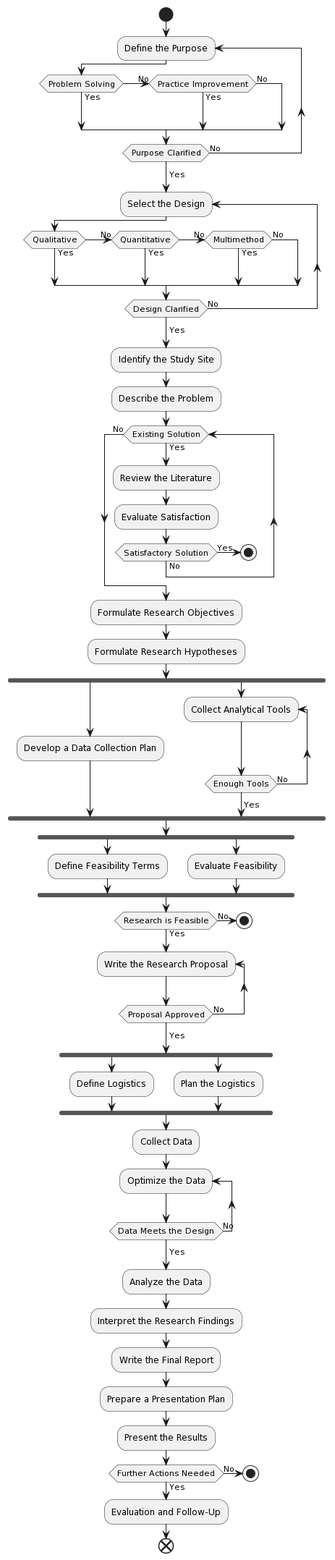
The PlantUML diagram diagrams/applied-research-conduction/applied-research-conduction.png in khasanshadiyarov/ABC, before a commit.
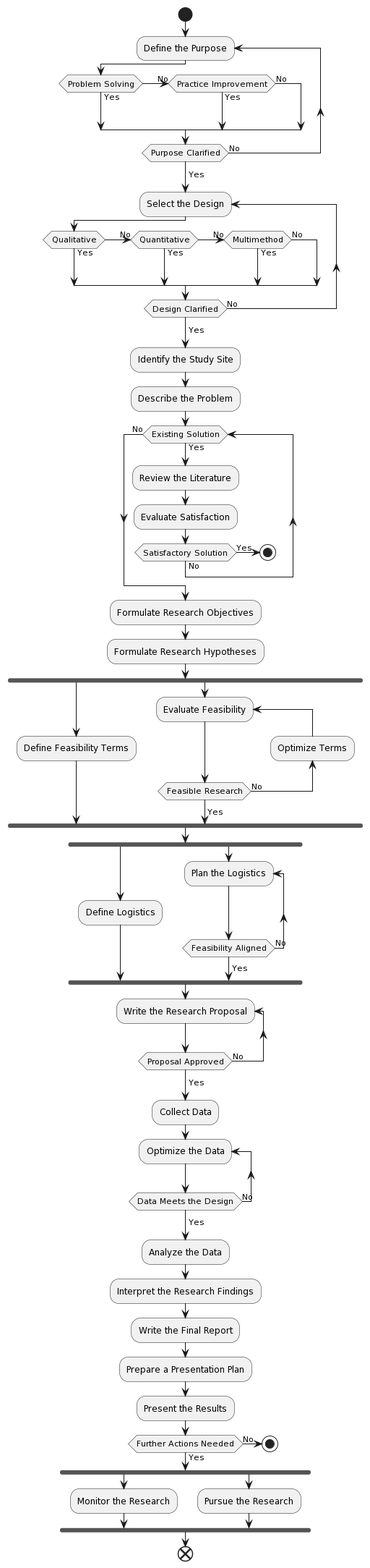
The same file after the commit.

Commit message:
Optimize existing diagrams

What changed in the source:
```diff
@@ -28,29 +28,23 @@
 :Formulate Research Objectives;
 :Formulate Research Hypotheses;
 fork
-    :Develop a Data Collection Plan;
+    :Define Feasibility Terms;
 fork again
-    repeat :Collect Analytical Tools;
-    repeat while (Enough Tools) is (No)
+    repeat :Evaluate Feasibility;
+    backward:Optimize Terms;
+    repeat while (Feasible Research) is (No)
     ->Yes;
 endfork
 fork
-    :Define Feasibility Terms;
+    :Define Logistics;
 fork again
-    :Evaluate Feasibility;
+    repeat :Plan the Logistics;
+    repeat while (Feasibility Aligned) is (No)
+    ->Yes;
 endfork
-if (Research is Feasible) then (Yes)
-else (No)
-    stop
-endif
 repeat :Write the Research Proposal;
 repeat while (Proposal Approved) is (No)
 ->Yes;
-fork
-    :Define Logistics;
-fork again
-    :Plan the Logistics;
-endfork
 :Collect Data;
 repeat :Optimize the Data;
 repeat while (Data Meets the Design) is (No)
@@ -61,7 +55,11 @@
 :Prepare a Presentation Plan;
 :Present the Results;
 if (Further Actions Needed) then (Yes)
-    :Evaluation and Follow-Up;
+    fork
+        :Monitor the Research;
+    fork again
+        :Pursue the Research;
+    endfork
     end
 else (No)
     stop
```
